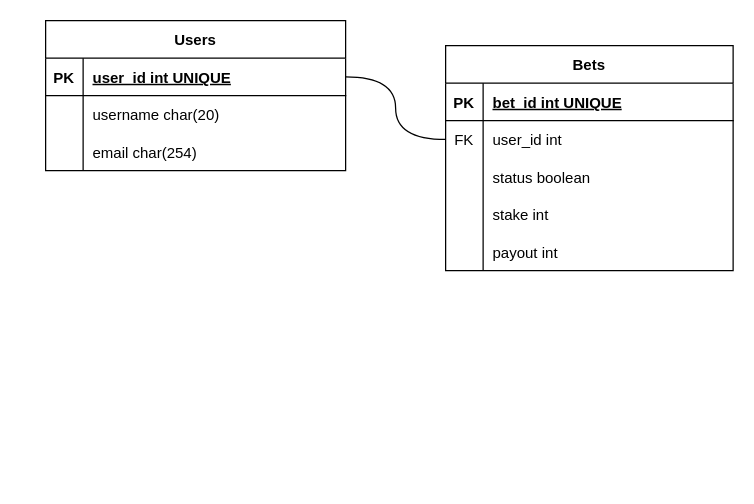
This is backend/table.drawio from WTNB1225/casino, a draw.io file, before an edit. Source tidied: cells renumbered, new cells numbered last; positions are measured from the earlier drawing's top-left corner, leaving out a move shared by most shapes. Both pictures are drawn from the tidied source at 125%, with x=0, y=0 at pixel (45, 20).
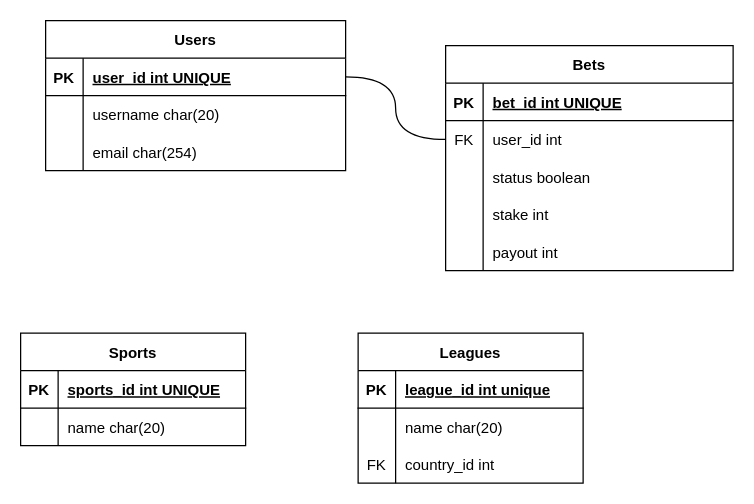
The same diagram, later.

Change to the diagram source:
```diff
@@
+    <mxCell id="30" value="Sports" style="shape=table;startSize=30;childLayout=tableLayout;rowLines=0;fontStyle=1;align=center;" parent="1" vertex="1">
+      <mxGeometry x="-20" y="250" width="180" height="90" as="geometry" />
+    </mxCell>
+    <mxCell id="31" style="shape=tableRow;horizontal=0;startSize=0;swimlaneHead=0;swimlaneBody=0;fillColor=none;top=0;left=0;right=0;bottom=1;" parent="30" vertex="1">
+      <mxGeometry y="30" width="180" height="30" as="geometry" />
+    </mxCell>
+    <mxCell id="32" value="PK" style="shape=partialRectangle;fillColor=none;top=0;left=0;bottom=0;right=0;fontStyle=1;overflow=hidden;" parent="31" vertex="1">
+      <mxGeometry width="30" height="30" as="geometry" />
+    </mxCell>
+    <mxCell id="33" value="sports_id int UNIQUE" style="shape=partialRectangle;fillColor=none;top=0;left=0;bottom=0;right=0;align=left;spacingLeft=6;fontStyle=5;overflow=hidden;" parent="31" vertex="1">
+      <mxGeometry x="30" width="150" height="30" as="geometry" />
+    </mxCell>
+    <mxCell id="34" style="shape=tableRow;horizontal=0;startSize=0;swimlaneHead=0;swimlaneBody=0;fillColor=none;top=0;left=0;right=0;bottom=0;" parent="30" vertex="1">
+      <mxGeometry y="60" width="180" height="30" as="geometry" />
+    </mxCell>
+    <mxCell id="35" style="shape=partialRectangle;fillColor=none;top=0;left=0;bottom=0;right=0;overflow=hidden;" parent="34" vertex="1">
+      <mxGeometry width="30" height="30" as="geometry" />
+    </mxCell>
+    <mxCell id="36" value="name char(20)" style="shape=partialRectangle;fillColor=none;top=0;left=0;bottom=0;right=0;align=left;spacingLeft=6;overflow=hidden;" parent="34" vertex="1">
+      <mxGeometry x="30" width="150" height="30" as="geometry" />
+    </mxCell>
+    <mxCell id="37" value="Leagues" style="shape=table;startSize=30;childLayout=tableLayout;rowLines=0;fontStyle=1;align=center;" parent="1" vertex="1">
+      <mxGeometry x="250" y="250" width="180" height="120" as="geometry" />
+    </mxCell>
+    <mxCell id="38" style="shape=tableRow;horizontal=0;startSize=0;swimlaneHead=0;swimlaneBody=0;fillColor=none;top=0;left=0;right=0;bottom=1;" parent="37" vertex="1">
+      <mxGeometry y="30" width="180" height="30" as="geometry" />
+    </mxCell>
+    <mxCell id="39" value="PK" style="shape=partialRectangle;fillColor=none;top=0;left=0;bottom=0;right=0;fontStyle=1;overflow=hidden;" parent="38" vertex="1">
+      <mxGeometry width="30" height="30" as="geometry" />
+    </mxCell>
+    <mxCell id="40" value="league_id int unique" style="shape=partialRectangle;fillColor=none;top=0;left=0;bottom=0;right=0;align=left;spacingLeft=6;fontStyle=5;overflow=hidden;" parent="38" vertex="1">
+      <mxGeometry x="30" width="150" height="30" as="geometry" />
+    </mxCell>
+    <mxCell id="41" style="shape=tableRow;horizontal=0;startSize=0;swimlaneHead=0;swimlaneBody=0;fillColor=none;top=0;left=0;right=0;bottom=0;" parent="37" vertex="1">
+      <mxGeometry y="60" width="180" height="30" as="geometry" />
+    </mxCell>
+    <mxCell id="42" style="shape=partialRectangle;fillColor=none;top=0;left=0;bottom=0;right=0;overflow=hidden;" parent="41" vertex="1">
+      <mxGeometry width="30" height="30" as="geometry" />
+    </mxCell>
+    <mxCell id="43" value="name char(20)" style="shape=partialRectangle;fillColor=none;top=0;left=0;bottom=0;right=0;align=left;spacingLeft=6;overflow=hidden;" parent="41" vertex="1">
+      <mxGeometry x="30" width="150" height="30" as="geometry" />
+    </mxCell>
+    <mxCell id="44" style="shape=tableRow;horizontal=0;startSize=0;swimlaneHead=0;swimlaneBody=0;fillColor=none;top=0;left=0;right=0;bottom=0;" parent="37" vertex="1">
+      <mxGeometry y="90" width="180" height="30" as="geometry" />
+    </mxCell>
+    <mxCell id="45" value="FK" style="shape=partialRectangle;fillColor=none;top=0;left=0;bottom=0;right=0;overflow=hidden;" parent="44" vertex="1">
+      <mxGeometry width="30" height="30" as="geometry" />
+    </mxCell>
+    <mxCell id="46" value="country_id int" style="shape=partialRectangle;fillColor=none;top=0;left=0;bottom=0;right=0;align=left;spacingLeft=6;overflow=hidden;" parent="44" vertex="1">
+      <mxGeometry x="30" width="150" height="30" as="geometry" />
+    </mxCell>
```
